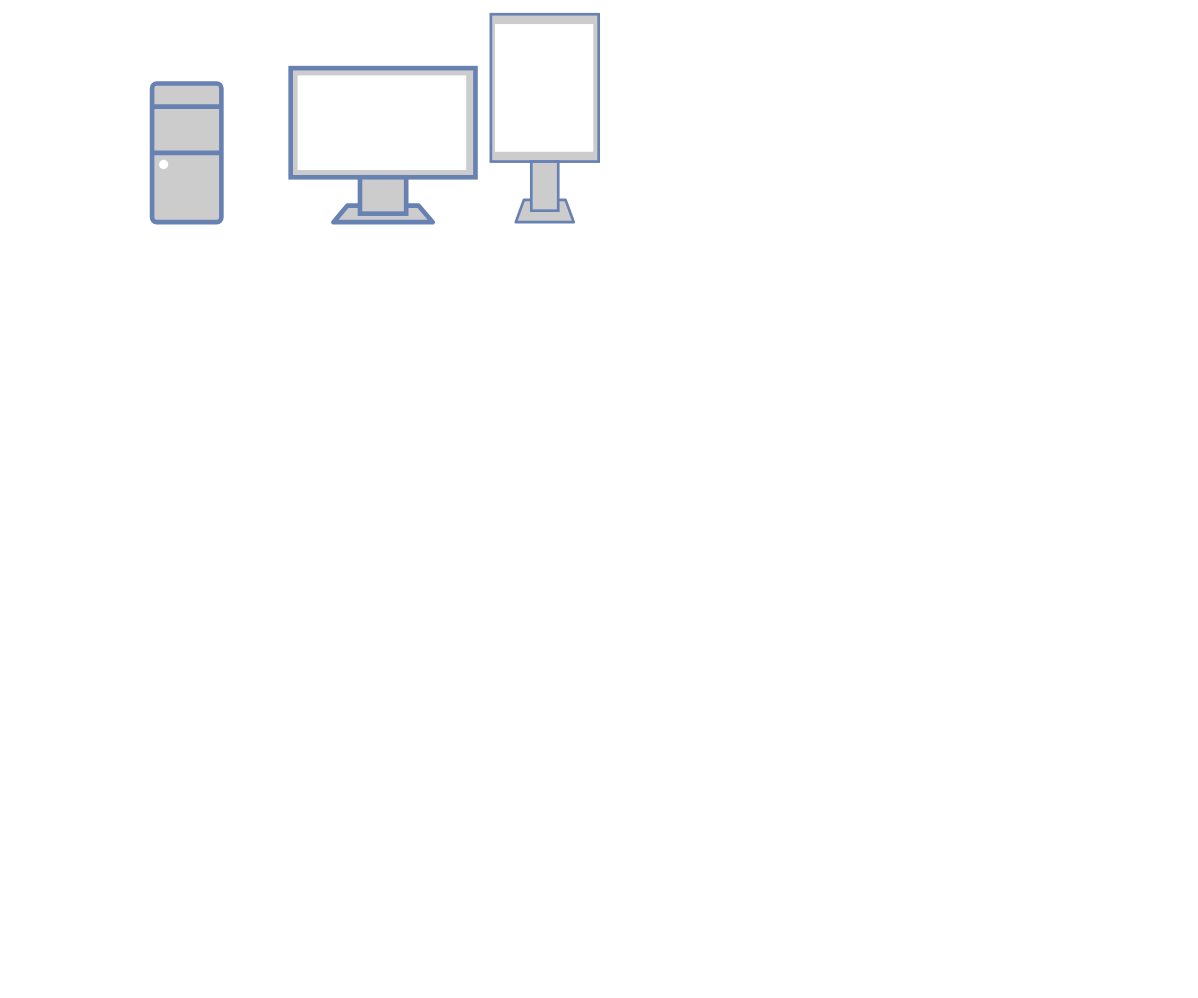
Earlier version of the draw.io diagram desk_design.drawio (johnseetoh25/draw.io_Gallery). Source tidied: cells renumbered, new cells numbered last; positions are measured from the earlier drawing's top-left corner, leaving out a move shared by most shapes. Both pictures are drawn from the tidied source at 77%, with x=0, y=0 at pixel (152, 14).
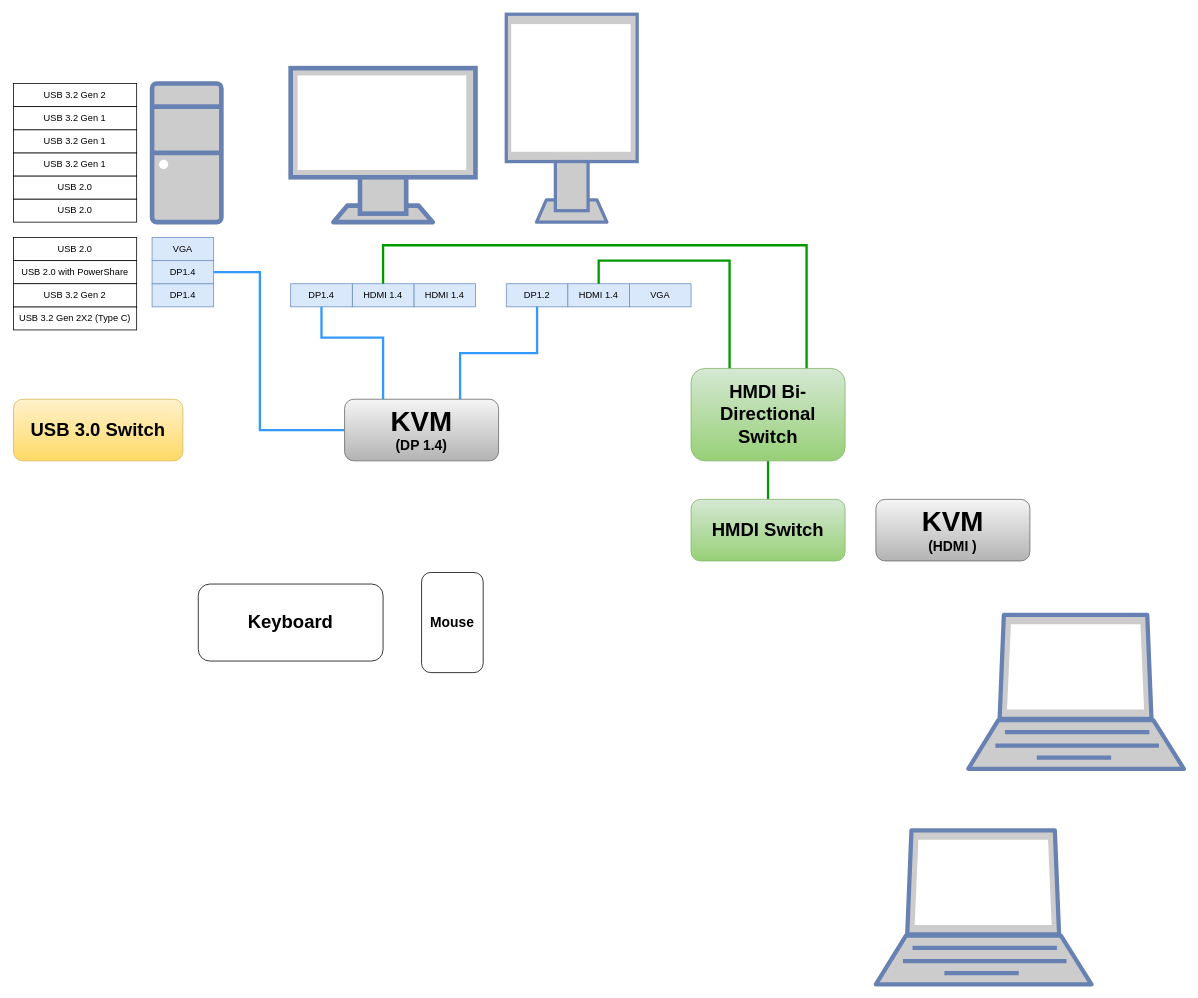
The same diagram, later.

Change to the diagram source:
```diff
@@
     <mxCell id="3" style="fontColor=#0066CC;verticalAlign=top;verticalLabelPosition=bottom;labelPosition=center;align=center;html=1;fillColor=#CCCCCC;strokeColor=#6881B3;gradientColor=none;gradientDirection=north;strokeWidth=2;shape=mxgraph.networks.monitor;" parent="1" vertex="1">
-      <mxGeometry x="440" width="140" height="270" as="geometry" />
+      <mxGeometry x="460" width="170" height="270" as="geometry" />
     </mxCell>
@@
+    <mxCell id="5" value="&lt;font style=&quot;font-size: 24px;&quot;&gt;&lt;b&gt;Keyboard&lt;/b&gt;&lt;/font&gt;" style="rounded=1;whiteSpace=wrap;html=1;" parent="1" vertex="1">
+      <mxGeometry x="60" y="740" width="240" height="100" as="geometry" />
+    </mxCell>
+    <mxCell id="6" value="&lt;b&gt;&lt;font style=&quot;font-size: 18px;&quot;&gt;Mouse&lt;/font&gt;&lt;/b&gt;" style="rounded=1;whiteSpace=wrap;html=1;" parent="1" vertex="1">
+      <mxGeometry x="350" y="725" width="80" height="130" as="geometry" />
+    </mxCell>
+    <mxCell id="7" value="HDMI 1.4" style="rounded=0;whiteSpace=wrap;html=1;fillColor=#dae8fc;strokeColor=#6c8ebf;" parent="1" vertex="1">
+      <mxGeometry x="340" y="350" width="80" height="30" as="geometry" />
+    </mxCell>
+    <mxCell id="8" value="HDMI 1.4" style="rounded=0;whiteSpace=wrap;html=1;fillColor=#dae8fc;strokeColor=#6c8ebf;" parent="1" vertex="1">
+      <mxGeometry x="260" y="350" width="80" height="30" as="geometry" />
+    </mxCell>
+    <mxCell id="9" value="DP1.4" style="rounded=0;whiteSpace=wrap;html=1;fillColor=#dae8fc;strokeColor=#6c8ebf;" parent="1" vertex="1">
+      <mxGeometry x="180" y="350" width="80" height="30" as="geometry" />
+    </mxCell>
+    <mxCell id="10" value="DP1.4" style="rounded=0;whiteSpace=wrap;html=1;fillColor=#dae8fc;strokeColor=#6c8ebf;" parent="1" vertex="1">
+      <mxGeometry y="350" width="80" height="30" as="geometry" />
+    </mxCell>
+    <mxCell id="11" value="DP1.4" style="rounded=0;whiteSpace=wrap;html=1;fillColor=#dae8fc;strokeColor=#6c8ebf;" parent="1" vertex="1">
+      <mxGeometry y="320" width="80" height="30" as="geometry" />
+    </mxCell>
+    <mxCell id="12" value="DP1.2" style="rounded=0;whiteSpace=wrap;html=1;fillColor=#dae8fc;strokeColor=#6c8ebf;" parent="1" vertex="1">
+      <mxGeometry x="460" y="350" width="80" height="30" as="geometry" />
+    </mxCell>
+    <mxCell id="13" value="HDMI 1.4" style="rounded=0;whiteSpace=wrap;html=1;fillColor=#dae8fc;strokeColor=#6c8ebf;" parent="1" vertex="1">
+      <mxGeometry x="540" y="350" width="80" height="30" as="geometry" />
+    </mxCell>
+    <mxCell id="14" value="VGA" style="rounded=0;whiteSpace=wrap;html=1;fillColor=#dae8fc;strokeColor=#6c8ebf;" parent="1" vertex="1">
+      <mxGeometry x="620" y="350" width="80" height="30" as="geometry" />
+    </mxCell>
+    <mxCell id="15" value="VGA" style="rounded=0;whiteSpace=wrap;html=1;fillColor=#dae8fc;strokeColor=#6c8ebf;" parent="1" vertex="1">
+      <mxGeometry y="290" width="80" height="30" as="geometry" />
+    </mxCell>
+    <mxCell id="16" style="edgeStyle=orthogonalEdgeStyle;rounded=0;jettySize=auto;html=1;entryX=0.5;entryY=1;entryDx=0;entryDy=0;strokeWidth=3;strokeColor=#3399FF;endArrow=none;endFill=0;exitX=0.25;exitY=0;exitDx=0;exitDy=0;" parent="1" edge="1" source="19" target="9">
+      <mxGeometry relative="1" as="geometry">
+        <Array as="points">
+          <mxPoint x="300" y="420" />
+          <mxPoint x="220" y="420" />
+        </Array>
+      </mxGeometry>
+    </mxCell>
+    <mxCell id="17" style="edgeStyle=orthogonalEdgeStyle;rounded=0;jettySize=auto;html=1;entryX=0.5;entryY=1;entryDx=0;entryDy=0;endArrow=none;endFill=0;strokeWidth=3;strokeColor=#3399FF;exitX=0.75;exitY=0;exitDx=0;exitDy=0;" parent="1" edge="1" source="19" target="12">
+      <mxGeometry relative="1" as="geometry" />
+    </mxCell>
+    <mxCell id="18" style="edgeStyle=orthogonalEdgeStyle;rounded=0;jettySize=auto;html=1;entryX=1;entryY=0.5;entryDx=0;entryDy=0;endArrow=none;endFill=0;strokeWidth=3;strokeColor=#3399FF;exitX=0;exitY=0.5;exitDx=0;exitDy=0;" parent="1" edge="1" source="19" target="11">
+      <mxGeometry relative="1" as="geometry">
+        <Array as="points">
+          <mxPoint x="140" y="540" />
+          <mxPoint x="140" y="335" />
+        </Array>
+      </mxGeometry>
+    </mxCell>
+    <mxCell id="19" value="&lt;b&gt;&lt;font style=&quot;&quot;&gt;&lt;span style=&quot;font-size: 36px;&quot;&gt;KVM &lt;/span&gt;&lt;br&gt;&lt;font style=&quot;font-size: 18px;&quot;&gt;(DP 1.4)&lt;/font&gt;&lt;/font&gt;&lt;/b&gt;" style="rounded=1;whiteSpace=wrap;html=1;fillColor=#f5f5f5;gradientColor=#b3b3b3;strokeColor=#666666;" parent="1" vertex="1">
+      <mxGeometry x="250" y="500" width="200" height="80" as="geometry" />
+    </mxCell>
+    <mxCell id="20" value="USB 2.0" style="rounded=0;whiteSpace=wrap;html=1;" parent="1" vertex="1">
+      <mxGeometry x="-180" y="290" width="160" height="30" as="geometry" />
+    </mxCell>
+    <mxCell id="21" value="USB 2.0 with PowerShare" style="rounded=0;whiteSpace=wrap;html=1;" parent="1" vertex="1">
+      <mxGeometry x="-180" y="320" width="160" height="30" as="geometry" />
+    </mxCell>
+    <mxCell id="22" value="USB 3.2 Gen 2X2 (Type C)" style="rounded=0;whiteSpace=wrap;html=1;" parent="1" vertex="1">
+      <mxGeometry x="-180" y="380" width="160" height="30" as="geometry" />
+    </mxCell>
+    <mxCell id="23" value="USB 3.2 Gen 2" style="rounded=0;whiteSpace=wrap;html=1;" parent="1" vertex="1">
+      <mxGeometry x="-180" y="350" width="160" height="30" as="geometry" />
+    </mxCell>
+    <mxCell id="24" value="USB 3.2 Gen 2" style="rounded=0;whiteSpace=wrap;html=1;" parent="1" vertex="1">
+      <mxGeometry x="-180" y="90" width="160" height="30" as="geometry" />
+    </mxCell>
+    <mxCell id="25" value="USB 2.0" style="rounded=0;whiteSpace=wrap;html=1;" parent="1" vertex="1">
+      <mxGeometry x="-180" y="240" width="160" height="30" as="geometry" />
+    </mxCell>
+    <mxCell id="26" value="USB 2.0" style="rounded=0;whiteSpace=wrap;html=1;" parent="1" vertex="1">
+      <mxGeometry x="-180" y="210" width="160" height="30" as="geometry" />
+    </mxCell>
+    <mxCell id="27" value="USB 3.2 Gen 1" style="rounded=0;whiteSpace=wrap;html=1;" parent="1" vertex="1">
+      <mxGeometry x="-180" y="180" width="160" height="30" as="geometry" />
+    </mxCell>
+    <mxCell id="28" value="USB 3.2 Gen 1" style="rounded=0;whiteSpace=wrap;html=1;" parent="1" vertex="1">
+      <mxGeometry x="-180" y="150" width="160" height="30" as="geometry" />
+    </mxCell>
+    <mxCell id="29" value="USB 3.2 Gen 1" style="rounded=0;whiteSpace=wrap;html=1;" parent="1" vertex="1">
+      <mxGeometry x="-180" y="120" width="160" height="30" as="geometry" />
+    </mxCell>
+    <mxCell id="30" value="&lt;b&gt;&lt;font style=&quot;font-size: 24px;&quot;&gt;USB 3.0 Switch&lt;/font&gt;&lt;/b&gt;" style="rounded=1;whiteSpace=wrap;html=1;fillColor=#fff2cc;gradientColor=#ffd966;strokeColor=#d6b656;" parent="1" vertex="1">
+      <mxGeometry x="-180" y="500" width="220" height="80" as="geometry" />
+    </mxCell>
+    <mxCell id="31" style="edgeStyle=orthogonalEdgeStyle;rounded=0;jettySize=auto;html=1;entryX=0.5;entryY=0;entryDx=0;entryDy=0;exitX=0.75;exitY=0;exitDx=0;exitDy=0;strokeWidth=3;strokeColor=#009900;endArrow=none;endFill=0;" parent="1" edge="1" source="34" target="8">
+      <mxGeometry relative="1" as="geometry">
+        <Array as="points">
+          <mxPoint x="850" y="300" />
+          <mxPoint x="300" y="300" />
+        </Array>
+      </mxGeometry>
+    </mxCell>
+    <mxCell id="32" style="edgeStyle=orthogonalEdgeStyle;rounded=0;jettySize=auto;html=1;entryX=0.5;entryY=0;entryDx=0;entryDy=0;exitX=0.25;exitY=0;exitDx=0;exitDy=0;endArrow=none;endFill=0;strokeColor=#009900;strokeWidth=3;" parent="1" edge="1" source="34" target="13">
+      <mxGeometry relative="1" as="geometry">
+        <Array as="points">
+          <mxPoint x="750" y="320" />
+          <mxPoint x="580" y="320" />
+        </Array>
+      </mxGeometry>
+    </mxCell>
+    <mxCell id="33" style="edgeStyle=orthogonalEdgeStyle;rounded=0;jettySize=auto;html=1;strokeColor=#009900;endArrow=none;endFill=0;strokeWidth=3;" parent="1" edge="1" source="34" target="35">
+      <mxGeometry relative="1" as="geometry" />
+    </mxCell>
+    <mxCell id="34" value="&lt;b&gt;&lt;font style=&quot;font-size: 24px;&quot;&gt;HMDI Bi-Directional Switch&lt;/font&gt;&lt;/b&gt;" style="rounded=1;whiteSpace=wrap;html=1;fillColor=#d5e8d4;gradientColor=#97d077;strokeColor=#82b366;" parent="1" vertex="1">
+      <mxGeometry x="700" y="460" width="200" height="120" as="geometry" />
+    </mxCell>
+    <mxCell id="35" value="&lt;b&gt;&lt;font style=&quot;font-size: 24px;&quot;&gt;HMDI Switch&lt;/font&gt;&lt;/b&gt;" style="rounded=1;whiteSpace=wrap;html=1;fillColor=#d5e8d4;gradientColor=#97d077;strokeColor=#82b366;" parent="1" vertex="1">
+      <mxGeometry x="700" y="630" width="200" height="80" as="geometry" />
+    </mxCell>
+    <mxCell id="36" style="fontColor=#0066CC;verticalAlign=top;verticalLabelPosition=bottom;labelPosition=center;align=center;html=1;fillColor=#CCCCCC;strokeColor=#6881B3;gradientColor=none;gradientDirection=north;strokeWidth=2;shape=mxgraph.networks.laptop;" parent="1" vertex="1">
+      <mxGeometry x="1060" y="780" width="280" height="200" as="geometry" />
+    </mxCell>
+    <mxCell id="37" style="fontColor=#0066CC;verticalAlign=top;verticalLabelPosition=bottom;labelPosition=center;align=center;html=1;fillColor=#CCCCCC;strokeColor=#6881B3;gradientColor=none;gradientDirection=north;strokeWidth=2;shape=mxgraph.networks.laptop;" parent="1" vertex="1">
+      <mxGeometry x="940" y="1060" width="280" height="200" as="geometry" />
+    </mxCell>
+    <mxCell id="38" value="&lt;b&gt;&lt;font style=&quot;&quot;&gt;&lt;span style=&quot;font-size: 36px;&quot;&gt;KVM &lt;/span&gt;&lt;br&gt;&lt;font style=&quot;font-size: 18px;&quot;&gt;(HDMI )&lt;/font&gt;&lt;/font&gt;&lt;/b&gt;" style="rounded=1;whiteSpace=wrap;html=1;fillColor=#f5f5f5;gradientColor=#b3b3b3;strokeColor=#666666;" parent="1" vertex="1">
+      <mxGeometry x="940" y="630" width="200" height="80" as="geometry" />
+    </mxCell>
```
